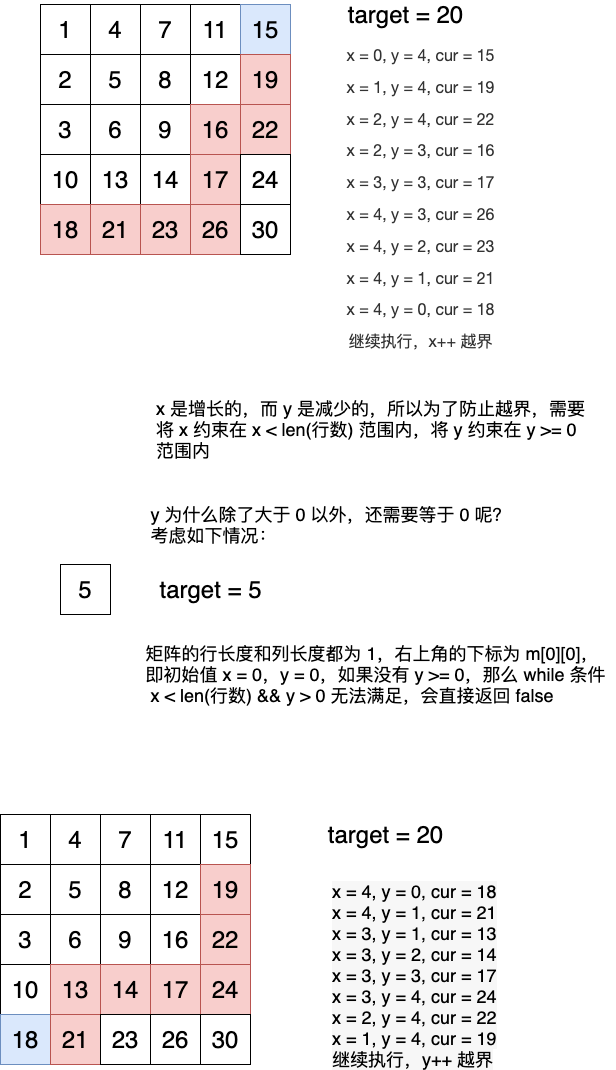
Earlier version of the draw.io export offer04-o1.png (autsu/diagrams). Source tidied: cells renumbered, new cells last; positions are measured from the earlier drawing's top-left corner, leaving out a move shared by most shapes.
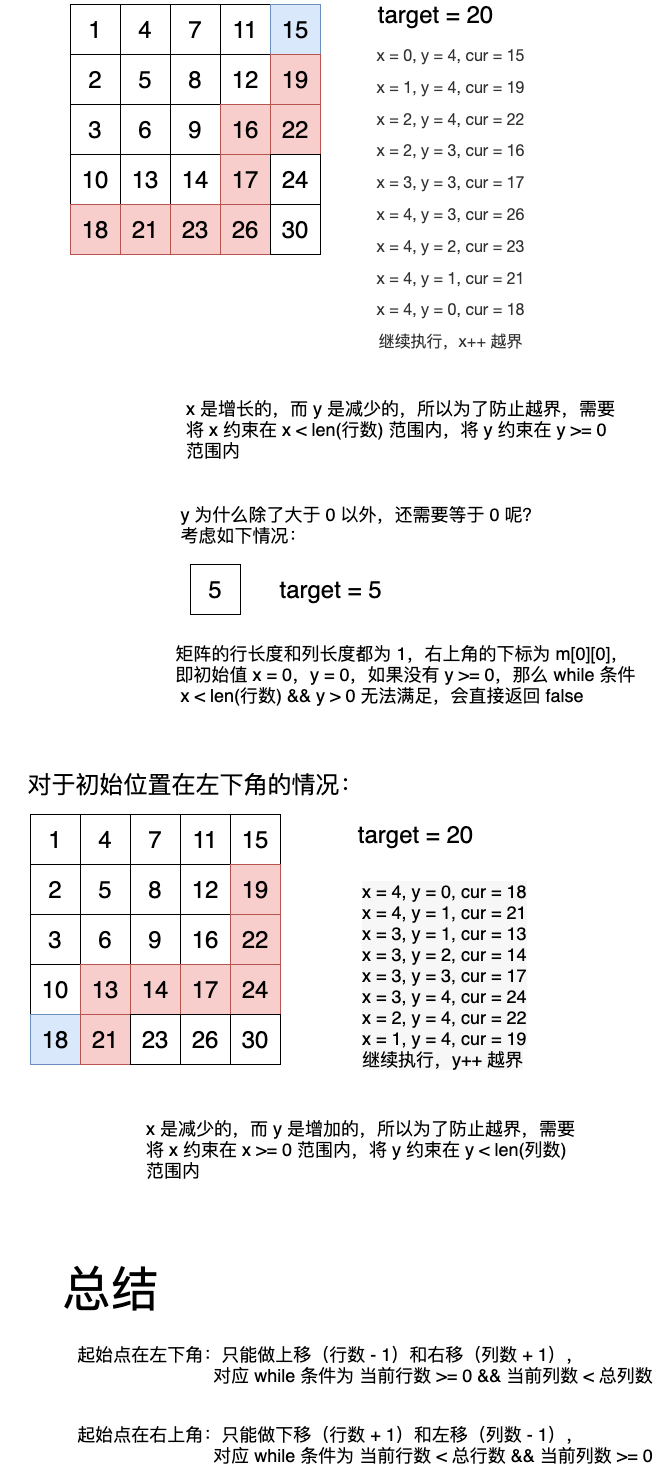
The same file after the commit.

The edit, as a diff of the source:
```diff
@@ -87,7 +87,7 @@
       <mxGeometry x="150" y="400" width="440" height="50" as="geometry" />
     </mxCell>
     <mxCell id="30" value="&lt;font style=&quot;font-size: 24px&quot;&gt;5&lt;/font&gt;" style="rounded=0;whiteSpace=wrap;html=1;" parent="1" vertex="1">
-      <mxGeometry x="60" y="560" width="50" height="50" as="geometry" />
+      <mxGeometry x="160" y="560" width="50" height="50" as="geometry" />
     </mxCell>
     <mxCell id="31" value="&lt;div style=&quot;text-align: center&quot;&gt;&lt;span style=&quot;font-size: 18px ; text-align: left&quot;&gt;y 为什么除了大于 0 以外，还需要等于 0 呢？&lt;/span&gt;&lt;/div&gt;&lt;div style=&quot;text-align: left&quot;&gt;&lt;span style=&quot;font-size: 18px&quot;&gt;考虑如下情况：&amp;nbsp;&lt;/span&gt;&lt;/div&gt;" style="text;html=1;align=center;verticalAlign=middle;fillColor=none;strokeColor=none;rounded=0;" parent="1" vertex="1">
       <mxGeometry x="140" y="500" width="380" height="40" as="geometry" />
@@ -96,7 +96,7 @@
       <mxGeometry x="135" y="645" width="480" height="50" as="geometry" />
     </mxCell>
     <mxCell id="33" value="&lt;font style=&quot;font-size: 24px&quot;&gt;target = 5&lt;/font&gt;" style="text;html=1;align=center;verticalAlign=middle;fillColor=none;strokeColor=none;rounded=0;" parent="1" vertex="1">
-      <mxGeometry x="150" y="575" width="120" height="20" as="geometry" />
+      <mxGeometry x="240" y="575" width="120" height="20" as="geometry" />
     </mxCell>
     <mxCell id="34" value="&lt;font style=&quot;font-size: 24px&quot;&gt;1&lt;/font&gt;" style="rounded=0;whiteSpace=wrap;html=1;" parent="1" vertex="1">
       <mxGeometry y="810" width="50" height="50" as="geometry" />
@@ -179,5 +179,20 @@
     <mxCell id="60" value="&lt;font style=&quot;font-size: 18px&quot;&gt;&lt;span style=&quot;color: rgb(0 , 0 , 0) ; font-style: normal ; font-weight: 400 ; letter-spacing: normal ; text-indent: 0px ; text-transform: none ; word-spacing: 0px ; background-color: rgb(247 , 247 , 247) ; display: inline ; float: none&quot;&gt;x = 4, y = 0, cur = 18&lt;br&gt;&lt;/span&gt;&lt;span style=&quot;color: rgb(0 , 0 , 0) ; font-style: normal ; font-weight: 400 ; letter-spacing: normal ; text-indent: 0px ; text-transform: none ; word-spacing: 0px ; background-color: rgb(247 , 247 , 247) ; display: inline ; float: none&quot;&gt;x = 4, y = 1, cur = 21&lt;br&gt;&lt;/span&gt;&lt;span style=&quot;color: rgb(0 , 0 , 0) ; font-style: normal ; font-weight: 400 ; letter-spacing: normal ; text-indent: 0px ; text-transform: none ; word-spacing: 0px ; background-color: rgb(247 , 247 , 247) ; display: inline ; float: none&quot;&gt;x = 3, y = 1, cur = 13&lt;br&gt;&lt;/span&gt;&lt;span style=&quot;color: rgb(0 , 0 , 0) ; font-style: normal ; font-weight: 400 ; letter-spacing: normal ; text-indent: 0px ; text-transform: none ; word-spacing: 0px ; background-color: rgb(247 , 247 , 247) ; display: inline ; float: none&quot;&gt;x = 3, y = 2, cur = 14&lt;br&gt;&lt;/span&gt;&lt;span style=&quot;color: rgb(0 , 0 , 0) ; font-style: normal ; font-weight: 400 ; letter-spacing: normal ; text-indent: 0px ; text-transform: none ; word-spacing: 0px ; background-color: rgb(247 , 247 , 247) ; display: inline ; float: none&quot;&gt;x = 3, y = 3, cur = 17&lt;br&gt;&lt;/span&gt;&lt;span style=&quot;color: rgb(0 , 0 , 0) ; font-style: normal ; font-weight: 400 ; letter-spacing: normal ; text-indent: 0px ; text-transform: none ; word-spacing: 0px ; background-color: rgb(247 , 247 , 247) ; display: inline ; float: none&quot;&gt;x = 3, y = 4, cur = 24&lt;br&gt;&lt;/span&gt;&lt;span style=&quot;color: rgb(0 , 0 , 0) ; font-style: normal ; font-weight: 400 ; letter-spacing: normal ; text-indent: 0px ; text-transform: none ; word-spacing: 0px ; background-color: rgb(247 , 247 , 247) ; display: inline ; float: none&quot;&gt;x = 2, y = 4, cur = 22&lt;br&gt;&lt;/span&gt;&lt;span style=&quot;color: rgb(0 , 0 , 0) ; font-style: normal ; font-weight: 400 ; letter-spacing: normal ; text-indent: 0px ; text-transform: none ; word-spacing: 0px ; background-color: rgb(247 , 247 , 247) ; display: inline ; float: none&quot;&gt;x = 1, y = 4, cur = 19&lt;br&gt;继续执行，y++ 越界&lt;br&gt;&lt;/span&gt;&lt;/font&gt;" style="text;whiteSpace=wrap;html=1;" parent="1" vertex="1">
       <mxGeometry x="330" y="870" width="180" height="170" as="geometry" />
     </mxCell>
+    <mxCell id="61" value="&lt;font style=&quot;font-size: 24px&quot;&gt;对于初始位置在左下角的情况：&lt;/font&gt;" style="text;html=1;align=center;verticalAlign=middle;fillColor=none;strokeColor=none;rounded=0;" parent="1" vertex="1">
+      <mxGeometry x="-10" y="770" width="350" height="20" as="geometry" />
+    </mxCell>
+    <mxCell id="62" value="&lt;font style=&quot;font-size: 18px&quot;&gt;x 是减少的，而 y 是增加的，所以为了防止越界，需要&lt;br&gt;&lt;div style=&quot;text-align: left&quot;&gt;&lt;span&gt;将 x 约束在 x &amp;gt;= 0 范围内，将 y 约束在 y &amp;lt; len(列数)&lt;/span&gt;&lt;/div&gt;&lt;div style=&quot;text-align: left&quot;&gt;&lt;span&gt;范围内&amp;nbsp;&amp;nbsp;&lt;/span&gt;&lt;/div&gt;&lt;/font&gt;" style="text;html=1;align=center;verticalAlign=middle;fillColor=none;strokeColor=none;rounded=0;" parent="1" vertex="1">
+      <mxGeometry x="110" y="1120" width="440" height="50" as="geometry" />
+    </mxCell>
+    <mxCell id="63" value="&lt;font style=&quot;font-size: 48px&quot;&gt;总结&lt;/font&gt;" style="text;html=1;align=center;verticalAlign=middle;fillColor=none;strokeColor=none;rounded=0;" parent="1" vertex="1">
+      <mxGeometry x="25" y="1270" width="110" height="30" as="geometry" />
+    </mxCell>
+    <mxCell id="64" value="&lt;font style=&quot;font-size: 18px&quot;&gt;起始点在左下角：只能做上移（行数 - 1）和右移（列数 + 1），&lt;br&gt;&amp;nbsp; &amp;nbsp; &amp;nbsp; &amp;nbsp; &amp;nbsp; &amp;nbsp; &amp;nbsp; &amp;nbsp; &amp;nbsp; &amp;nbsp; &amp;nbsp; &amp;nbsp; &amp;nbsp; &amp;nbsp; &amp;nbsp; &amp;nbsp; &amp;nbsp; &amp;nbsp; &amp;nbsp; &amp;nbsp; &amp;nbsp;对应 while 条件为 当前行数 &amp;gt;= 0 &amp;amp;&amp;amp; 当前列数 &amp;lt; 总列数&lt;/font&gt;" style="text;html=1;align=center;verticalAlign=middle;fillColor=none;strokeColor=none;rounded=0;" parent="1" vertex="1">
+      <mxGeometry x="-30" y="1340" width="660" height="40" as="geometry" />
+    </mxCell>
+    <mxCell id="65" value="&lt;font style=&quot;font-size: 18px&quot;&gt;起始点在右上角：只能做下移（行数 + 1）和左移（列数 - 1），&lt;br&gt;&amp;nbsp; &amp;nbsp; &amp;nbsp; &amp;nbsp; &amp;nbsp; &amp;nbsp; &amp;nbsp; &amp;nbsp; &amp;nbsp; &amp;nbsp; &amp;nbsp; &amp;nbsp; &amp;nbsp; &amp;nbsp; &amp;nbsp; &amp;nbsp; &amp;nbsp; &amp;nbsp; &amp;nbsp; &amp;nbsp; &amp;nbsp;对应 while 条件为 当前行数 &amp;lt; 总行数 &amp;amp;&amp;amp; 当前列数 &amp;gt;= 0&lt;/font&gt;" style="text;html=1;align=center;verticalAlign=middle;fillColor=none;strokeColor=none;rounded=0;" parent="1" vertex="1">
+      <mxGeometry x="-30" y="1420" width="660" height="40" as="geometry" />
+    </mxCell>
   </root>
 </mxGraphModel>
```
